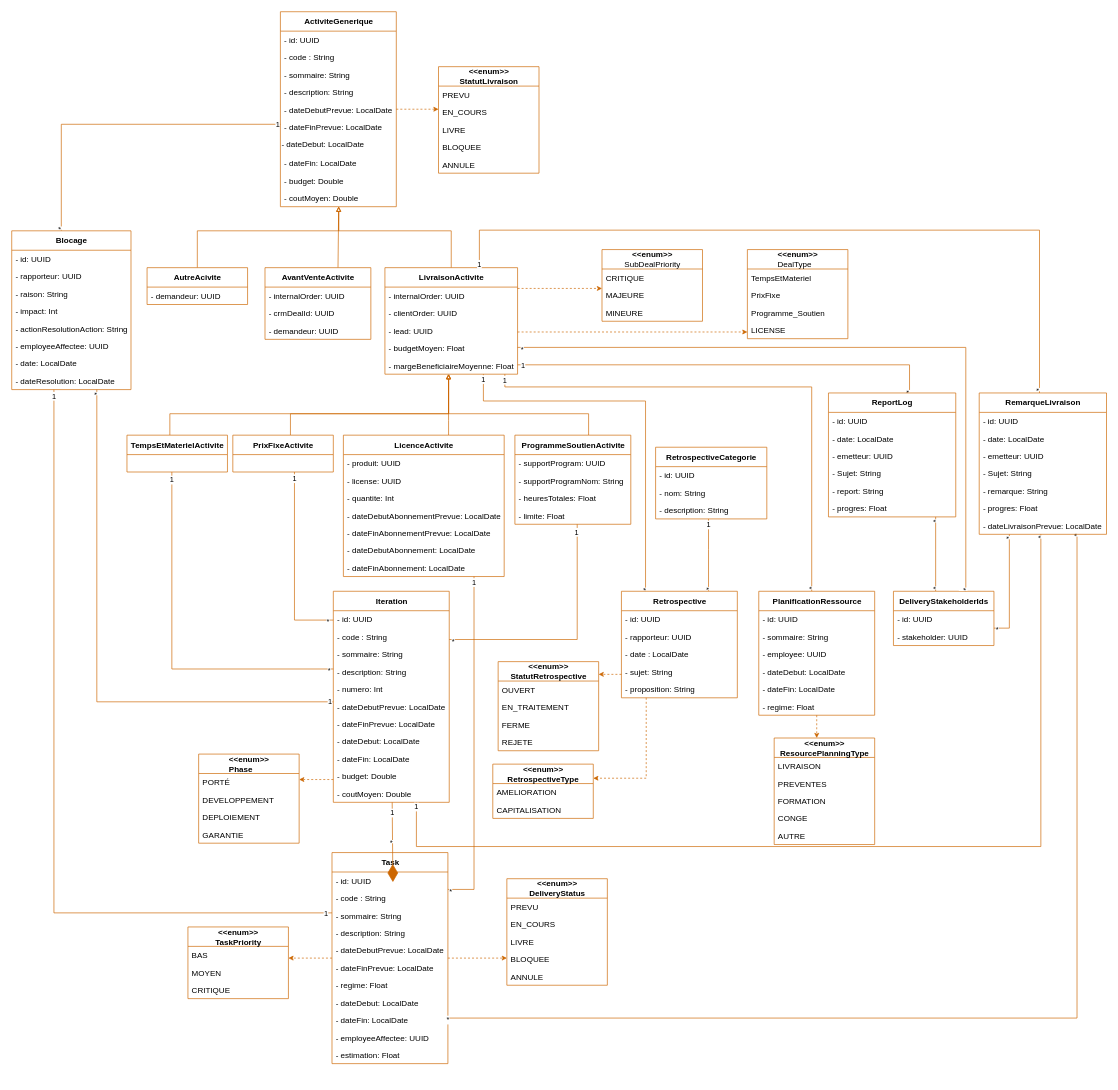
This is Delivery/Delivery_Fr_DiagrammeClasse.drawio from ZidiMedAmine/UML, a draw.io file, before an edit. Source tidied: cells renumbered, new cells numbered last; positions are measured from the earlier drawing's top-left corner, leaving out a move shared by most shapes. Both pictures are drawn from the tidied source at 67%, with x=0, y=0 at pixel (11, 11).
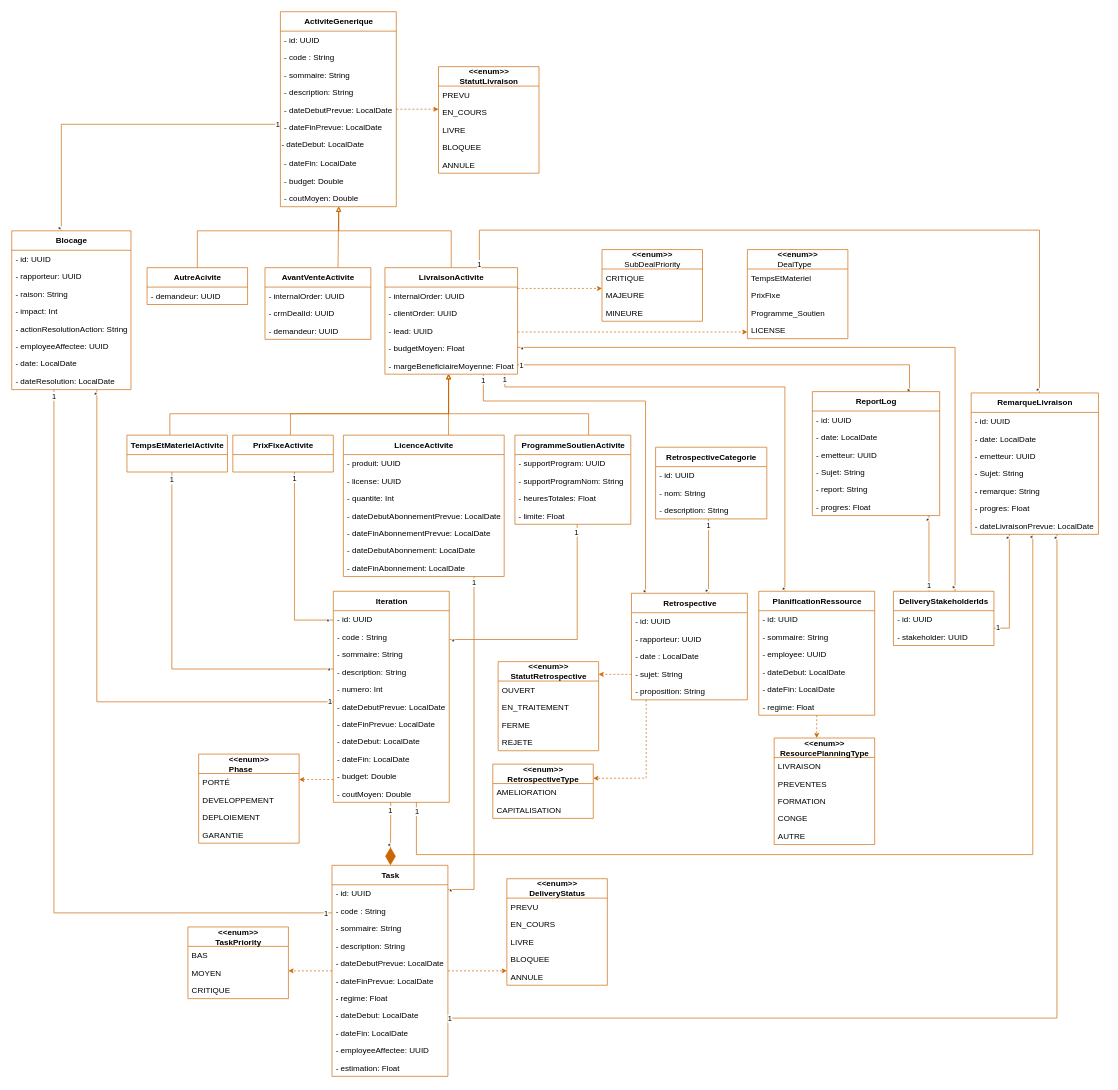
After the change.

Commit message:
Mettre à jour Delivery_Fr_DiagrammeClasse.drawio

Unchanged cells that the change refers to:
```xml
<mxCell id="32" value="LivraisonActivite" style="swimlane;fontStyle=1;align=center;verticalAlign=middle;horizontal=1;startSize=29;html=1;fontSize=12;labelPosition=center;verticalLabelPosition=middle;swimlaneLine=1;rounded=0;sketch=0;glass=0;strokeColor=#CC6600;" parent="1" vertex="1">
  <mxGeometry x="557" y="382" width="198" height="159" as="geometry" />
</mxCell>
<mxCell id="71" value="&lt;b&gt;Iteration&lt;/b&gt;" style="swimlane;fontStyle=0;align=center;verticalAlign=middle;horizontal=1;startSize=29;html=1;fontSize=12;labelPosition=center;verticalLabelPosition=middle;strokeColor=#CC6600;swimlaneLine=1;rounded=0;shadow=0;glass=0;sketch=0;perimeterSpacing=0;" parent="1" vertex="1">
  <mxGeometry x="480" y="865" width="173" height="315" as="geometry" />
</mxCell>
<mxCell id="109" value="PlanificationRessource" style="swimlane;fontStyle=1;align=center;verticalAlign=middle;horizontal=1;startSize=29;html=1;fontSize=12;labelPosition=center;verticalLabelPosition=middle;swimlaneLine=1;rounded=0;sketch=0;glass=0;strokeColor=#CC6600;" parent="1" vertex="1">
  <mxGeometry x="1115" y="865" width="173" height="185" as="geometry" />
</mxCell>
<mxCell id="159" style="edgeStyle=orthogonalEdgeStyle;rounded=0;jettySize=auto;html=1;endArrow=none;endFill=0;startSize=5;endSize=5;strokeColor=#CC6600;" parent="1" edge="1" source="162" target="32">
  <mxGeometry relative="1" as="geometry">
    <Array as="points">
      <mxPoint x="1340" y="527" />
    </Array>
  </mxGeometry>
</mxCell>
<mxCell id="172" value="&lt;b&gt;DeliveryStakeholderIds&lt;/b&gt;" style="swimlane;fontStyle=0;align=center;verticalAlign=middle;horizontal=1;startSize=29;html=1;fontSize=12;labelPosition=center;verticalLabelPosition=middle;swimlaneLine=1;rounded=0;sketch=0;glass=0;strokeColor=#CC6600;" parent="1" vertex="1">
  <mxGeometry x="1316" y="865" width="150" height="81" as="geometry" />
</mxCell>
<mxCell id="195" style="edgeStyle=orthogonalEdgeStyle;rounded=0;jettySize=auto;html=1;endArrow=none;endFill=0;startSize=5;endSize=5;strokeColor=#CC6600;" parent="1" edge="1" source="187" target="172">
  <mxGeometry relative="1" as="geometry">
    <Array as="points">
      <mxPoint x="1489" y="920" />
    </Array>
  </mxGeometry>
</mxCell>
```

Change to the diagram source:
```diff
@@
     <mxCell id="90" value="Retrospective" style="swimlane;fontStyle=1;align=center;verticalAlign=middle;horizontal=1;startSize=29;html=1;fontSize=12;labelPosition=center;verticalLabelPosition=middle;swimlaneLine=1;rounded=0;sketch=0;glass=0;strokeColor=#CC6600;" parent="1" vertex="1">
-      <mxGeometry x="910" y="865" width="173" height="159" as="geometry" />
+      <mxGeometry x="925" y="868" width="173" height="159" as="geometry" />
     </mxCell>
@@
     <mxCell id="105" style="edgeStyle=orthogonalEdgeStyle;rounded=0;jettySize=auto;html=1;endArrow=none;endFill=0;startSize=5;endSize=5;strokeColor=#CC6600;" parent="1" edge="1" source="109" target="32">
       <mxGeometry relative="1" as="geometry">
         <Array as="points">
-          <mxPoint x="1194" y="560" />
+          <mxPoint x="1154" y="560" />
           <mxPoint x="736" y="560" />
         </Array>
       </mxGeometry>
     </mxCell>
@@
     <mxCell id="135" value="&lt;b&gt;Task&lt;br&gt;&lt;/b&gt;" style="swimlane;fontStyle=0;align=center;verticalAlign=middle;horizontal=1;startSize=29;html=1;fontSize=12;labelPosition=center;verticalLabelPosition=middle;strokeColor=#CC6600;swimlaneLine=1;rounded=0;shadow=0;glass=0;sketch=0;perimeterSpacing=0;" parent="1" vertex="1">
-      <mxGeometry x="478" y="1255" width="173" height="315" as="geometry" />
+      <mxGeometry x="478" y="1274" width="173" height="315" as="geometry" />
     </mxCell>
@@
     <mxCell id="160" value="1" style="edgeLabel;html=1;align=center;verticalAlign=middle;" parent="159" vertex="1">
       <mxGeometry x="0.96" y="1" relative="1" as="geometry">
-        <mxPoint x="-6" y="-1" as="offset" />
+        <mxPoint x="-7" y="-1" as="offset" />
       </mxGeometry>
     </mxCell>
@@
     <mxCell id="162" value="ReportLog" style="swimlane;fontStyle=1;align=center;verticalAlign=middle;horizontal=1;startSize=29;html=1;fontSize=12;labelPosition=center;verticalLabelPosition=middle;swimlaneLine=1;rounded=0;sketch=0;glass=0;strokeColor=#CC6600;" parent="1" vertex="1">
-      <mxGeometry x="1219" y="569" width="190" height="185" as="geometry" />
+      <mxGeometry x="1195" y="567" width="190" height="185" as="geometry" />
     </mxCell>
@@
     <mxCell id="169" style="edgeStyle=orthogonalEdgeStyle;rounded=0;jettySize=auto;html=1;endArrow=none;endFill=0;startSize=5;endSize=5;strokeColor=#CC6600;" parent="1" edge="1" source="172" target="162">
       <mxGeometry relative="1" as="geometry">
         <Array as="points">
-          <mxPoint x="1379" y="802" />
-          <mxPoint x="1379" y="802" />
+          <mxPoint x="1369" y="798" />
+          <mxPoint x="1369" y="798" />
         </Array>
       </mxGeometry>
     </mxCell>
-    <mxCell id="170" value="*" style="edgeLabel;html=1;align=center;verticalAlign=middle;rotation=90;" parent="169" vertex="1">
-      <mxGeometry x="-0.83" relative="1" as="geometry">
-        <mxPoint x="-2" y="3" as="offset" />
-      </mxGeometry>
-    </mxCell>
@@
+    <mxCell id="222" value="1" style="edgeLabel;html=1;align=center;verticalAlign=middle;" parent="169" vertex="1">
+      <mxGeometry x="-0.88" relative="1" as="geometry">
+        <mxPoint x="-1" y="-2" as="offset" />
+      </mxGeometry>
+    </mxCell>
@@
     <mxCell id="175" style="edgeStyle=orthogonalEdgeStyle;rounded=0;jettySize=auto;html=1;endArrow=none;endFill=0;startSize=5;endSize=5;strokeColor=#CC6600;" parent="1" edge="1" source="32" target="172">
       <mxGeometry relative="1" as="geometry">
         <Array as="points">
-          <mxPoint x="1424" y="501" />
+          <mxPoint x="1408" y="501" />
         </Array>
       </mxGeometry>
     </mxCell>
     <mxCell id="176" value="*" style="edgeLabel;html=1;align=center;verticalAlign=middle;rotation=90;" parent="175" vertex="1">
       <mxGeometry x="0.99" relative="1" as="geometry">
-        <mxPoint x="-2" y="1" as="offset" />
+        <mxPoint x="-2" y="-2" as="offset" />
       </mxGeometry>
     </mxCell>
@@
     <mxCell id="178" style="edgeStyle=orthogonalEdgeStyle;rounded=0;jettySize=auto;html=1;endArrow=none;endFill=0;startSize=5;endSize=5;strokeColor=#CC6600;" parent="1" edge="1" source="187" target="135">
       <mxGeometry relative="1" as="geometry">
         <Array as="points">
-          <mxPoint x="1590" y="1502" />
+          <mxPoint x="1560" y="1502" />
         </Array>
       </mxGeometry>
     </mxCell>
     <mxCell id="179" value="*" style="edgeLabel;html=1;align=center;verticalAlign=middle;rotation=90;" parent="178" vertex="1">
       <mxGeometry x="-0.82" y="3" relative="1" as="geometry">
-        <mxPoint x="-5" y="-149" as="offset" />
+        <mxPoint x="-5" y="-143" as="offset" />
       </mxGeometry>
     </mxCell>
-    <mxCell id="180" value="*" style="edgeLabel;html=1;align=center;verticalAlign=middle;" parent="178" vertex="1">
+    <mxCell id="180" value="1" style="edgeLabel;html=1;align=center;verticalAlign=middle;" parent="178" vertex="1">
       <mxGeometry x="0.81" y="1" relative="1" as="geometry">
-        <mxPoint x="-159" y="1" as="offset" />
+        <mxPoint x="-153" y="-1" as="offset" />
       </mxGeometry>
     </mxCell>
     <mxCell id="181" style="edgeStyle=orthogonalEdgeStyle;rounded=0;jettySize=auto;html=1;endArrow=none;endFill=0;startSize=5;endSize=5;strokeColor=#CC6600;" parent="1" edge="1" source="187" target="71">
       <mxGeometry relative="1" as="geometry">
         <Array as="points">
-          <mxPoint x="1536" y="1246" />
-          <mxPoint x="604" y="1246" />
+          <mxPoint x="1524" y="1258" />
+          <mxPoint x="604" y="1258" />
         </Array>
       </mxGeometry>
     </mxCell>
@@
     <mxCell id="183" value="1" style="edgeLabel;html=1;align=center;verticalAlign=middle;" parent="181" vertex="1">
       <mxGeometry x="0.96" y="-1" relative="1" as="geometry">
-        <mxPoint x="-2" y="-23" as="offset" />
+        <mxPoint x="-1" y="-17" as="offset" />
       </mxGeometry>
     </mxCell>
@@
     <mxCell id="187" value="RemarqueLivraison" style="swimlane;fontStyle=1;align=center;verticalAlign=middle;horizontal=1;startSize=29;html=1;fontSize=12;labelPosition=center;verticalLabelPosition=middle;swimlaneLine=1;rounded=0;sketch=0;glass=0;strokeColor=#CC6600;" parent="1" vertex="1">
-      <mxGeometry x="1444" y="569" width="190" height="211" as="geometry" />
+      <mxGeometry x="1432" y="569" width="190" height="211" as="geometry" />
     </mxCell>
@@
-    <mxCell id="197" value="*" style="edgeLabel;html=1;align=center;verticalAlign=middle;rotation=0;" parent="195" vertex="1">
+    <mxCell id="197" value="1" style="edgeLabel;html=1;align=center;verticalAlign=middle;rotation=0;" parent="195" vertex="1">
       <mxGeometry x="0.98" relative="1" as="geometry">
-        <mxPoint x="2" y="2" as="offset" />
+        <mxPoint x="3" y="-1" as="offset" />
       </mxGeometry>
     </mxCell>
@@
-    <mxCell id="219" style="endArrow=diamondThin;endFill=1;endSize=24;html=1;rounded=0;strokeColor=#CC6600;" parent="1" edge="1" source="71">
-      <mxGeometry relative="1" as="geometry">
-        <mxPoint x="568.9" y="1299" as="targetPoint" />
-      </mxGeometry>
+    <mxCell id="219" style="endArrow=diamondThin;endFill=1;endSize=24;html=1;rounded=0;strokeColor=#CC6600;" parent="1" edge="1" source="71" target="135">
+      <mxGeometry relative="1" as="geometry" />
     </mxCell>
@@
     <mxCell id="221" value="*" style="edgeLabel;html=1;align=center;verticalAlign=middle;rotation=89;" parent="219" vertex="1">
       <mxGeometry x="-0.12" relative="1" as="geometry">
-        <mxPoint x="-2" y="6" as="offset" />
+        <mxPoint x="-2" y="22" as="offset" />
       </mxGeometry>
     </mxCell>
```
